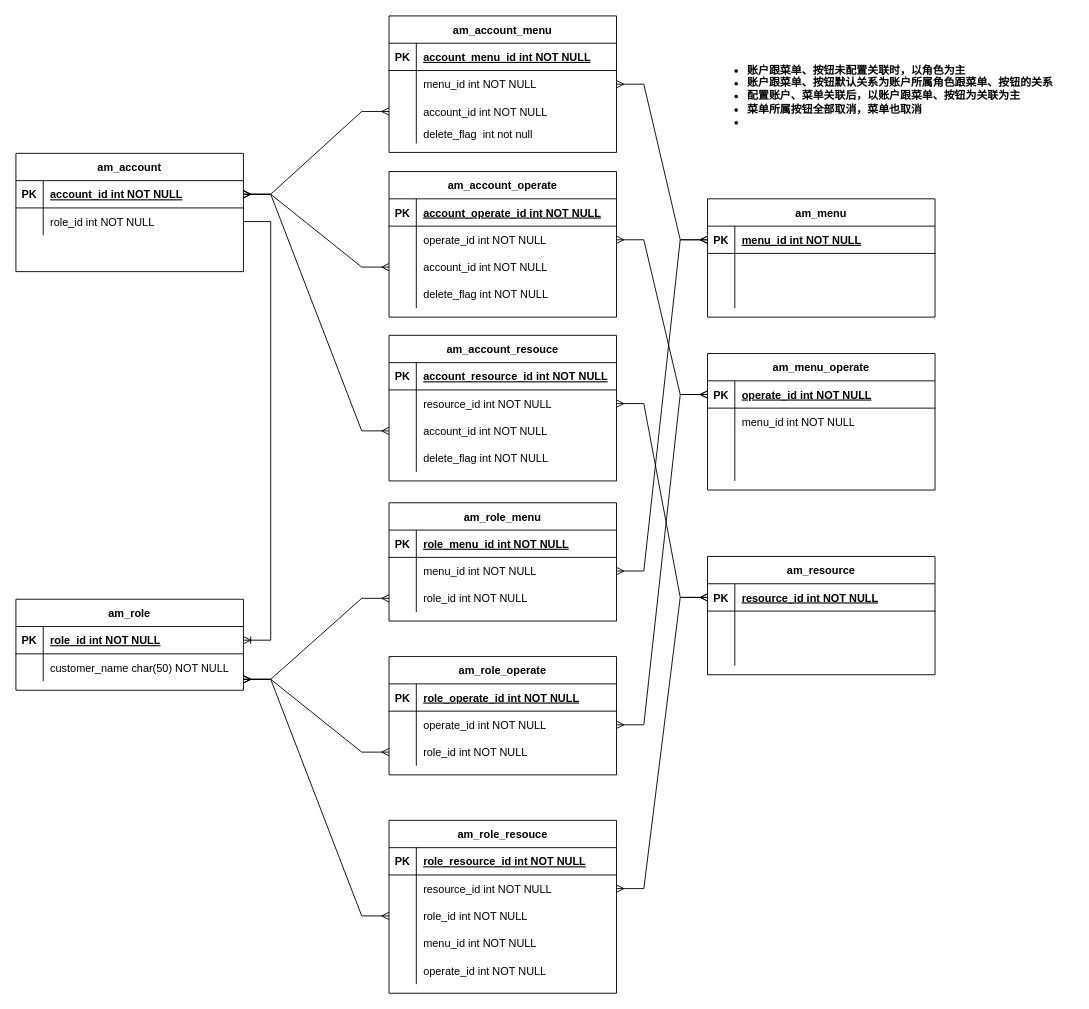
This is 权限设计-ER.drawio from stephenZkang/diagrams, a draw.io file, before an edit. Source tidied: cells renumbered, new cells numbered last; positions are measured from the earlier drawing's top-left corner, leaving out a move shared by most shapes. Both pictures are drawn from the tidied source at 91%, with x=0, y=0 at pixel (15, 15).
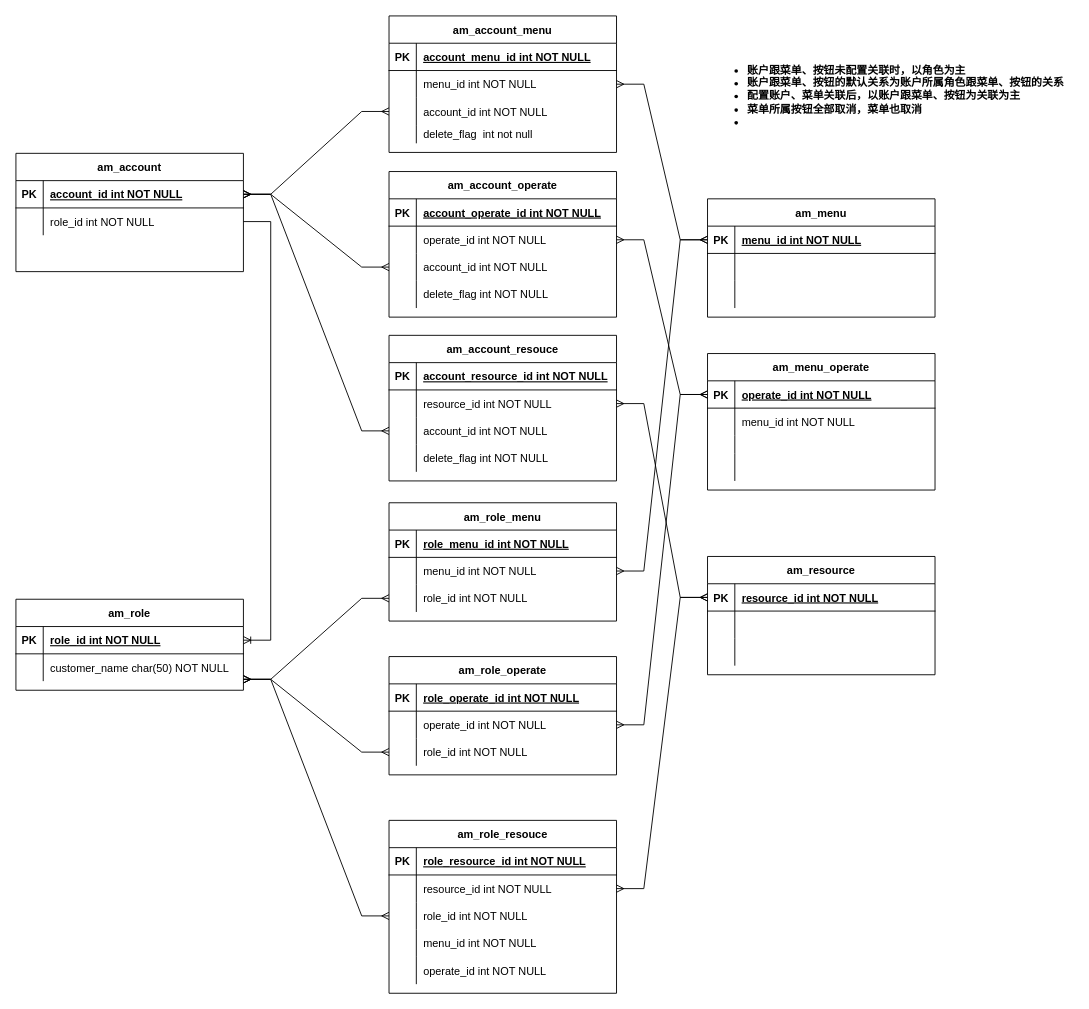
Above is the later version.

Commit message:
更新权限设计-ER.drawio

Change to the diagram source:
```diff
@@
-    <mxCell id="137" value="&lt;ul&gt;&lt;li&gt;&lt;b&gt;账户跟菜单、按钮未配置关联时，以角色为主&lt;/b&gt;&lt;/li&gt;&lt;li&gt;&lt;b&gt;账户跟菜单、按钮默认关系&lt;/b&gt;&lt;b style=&quot;background-color: initial;&quot;&gt;为账户所属角色跟菜单、按钮的关系&lt;/b&gt;&lt;/li&gt;&lt;li&gt;&lt;b&gt;配置账户、菜单关联后，以账户跟菜单、按钮为关联为主&lt;/b&gt;&lt;/li&gt;&lt;li&gt;&lt;b&gt;菜单所属按钮全部取消，菜单也取消&lt;/b&gt;&lt;/li&gt;&lt;li&gt;&lt;b&gt;&lt;br&gt;&lt;/b&gt;&lt;/li&gt;&lt;/ul&gt;" style="text;html=1;align=left;verticalAlign=middle;strokeColor=none;fillColor=none;" parent="1" vertex="1">
-      <mxGeometry x="762" y="38" width="390" height="100" as="geometry" />
+    <mxCell id="137" value="&lt;ul&gt;&lt;li&gt;&lt;b&gt;账户跟菜单、按钮未配置关联时，以角色为主&lt;/b&gt;&lt;/li&gt;&lt;li&gt;&lt;b&gt;账户跟菜单、按钮的默认关系&lt;/b&gt;&lt;b style=&quot;background-color: initial;&quot;&gt;为账户所属角色跟菜单、按钮的关系&lt;/b&gt;&lt;/li&gt;&lt;li&gt;&lt;b&gt;配置账户、菜单关联后，以账户跟菜单、按钮为关联为主&lt;/b&gt;&lt;/li&gt;&lt;li&gt;&lt;b&gt;菜单所属按钮全部取消，菜单也取消&lt;/b&gt;&lt;/li&gt;&lt;li&gt;&lt;b&gt;&lt;br&gt;&lt;/b&gt;&lt;/li&gt;&lt;/ul&gt;" style="text;html=1;align=left;verticalAlign=middle;strokeColor=none;fillColor=none;" parent="1" vertex="1">
+      <mxGeometry x="762" y="38" width="400" height="100" as="geometry" />
     </mxCell>
```
